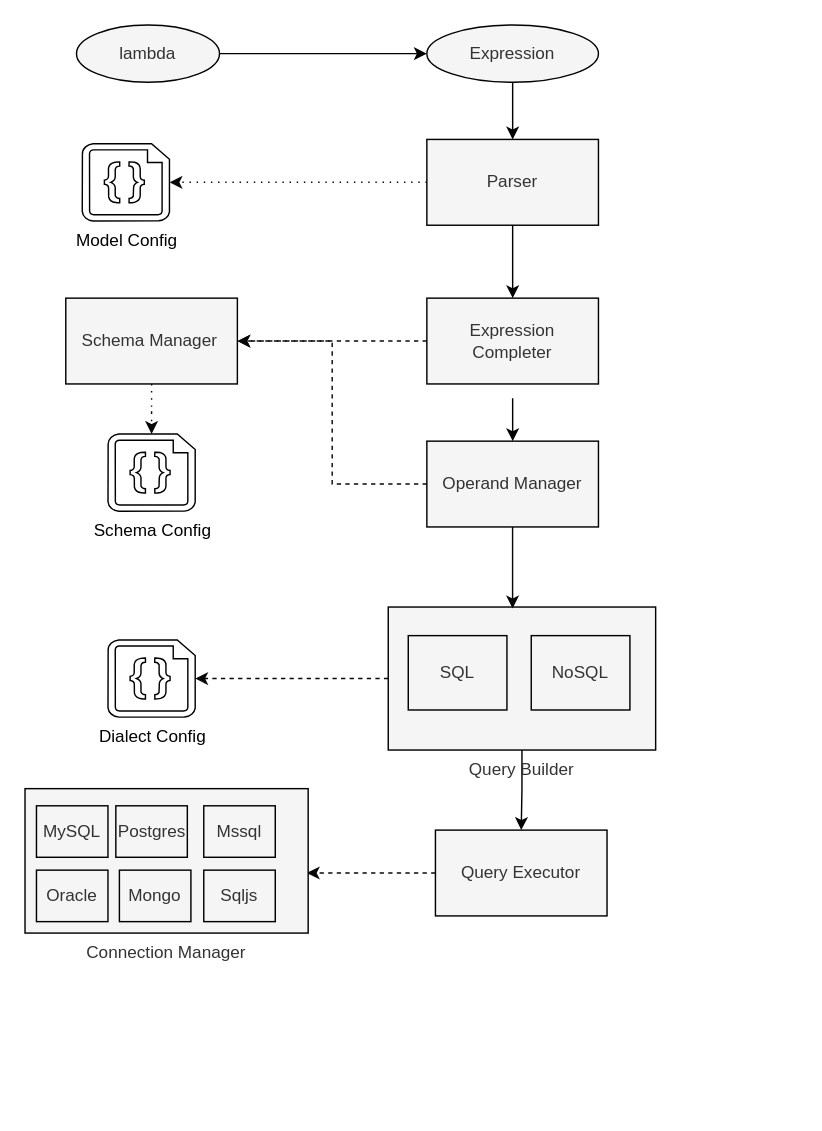
Earlier version of the draw.io diagram design/diagram.drawio (lambda-orm/lambdaorm). Source tidied: cells renumbered, new cells numbered last; positions are measured from the earlier drawing's top-left corner, leaving out a move shared by most shapes. Both pictures are drawn from the tidied source at 143%, with x=0, y=0 at pixel (24, 24).
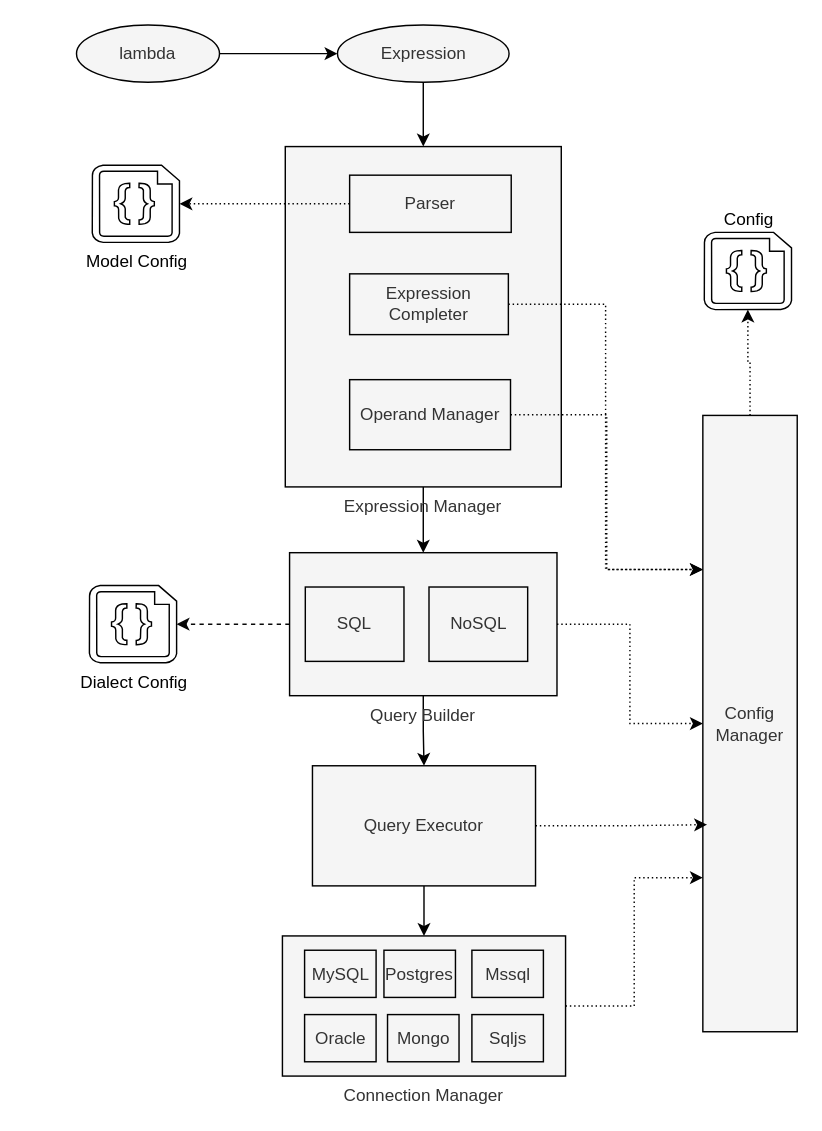
The same diagram, later.

Diff of the diagram source:
```diff
@@
+    <mxCell id="34" style="edgeStyle=orthogonalEdgeStyle;rounded=0;jettySize=auto;html=1;entryX=0;entryY=0.5;entryDx=0;entryDy=0;dashed=1;dashPattern=1 2;strokeColor=#000000;" parent="1" edge="1" source="4" target="12">
+      <mxGeometry relative="1" as="geometry" />
+    </mxCell>
     <mxCell id="4" value="Query Builder" style="rounded=0;whiteSpace=wrap;html=1;labelBackgroundColor=none;sketch=0;shadow=0;fillColor=#f5f5f5;fontColor=#333333;strokeColor=#000000;labelPosition=center;verticalLabelPosition=bottom;align=center;verticalAlign=top;" parent="1" vertex="1">
-      <mxGeometry x="254" y="407" width="187" height="100" as="geometry" />
+      <mxGeometry x="185" y="369" width="187" height="100" as="geometry" />
     </mxCell>
-    <mxCell id="5" style="edgeStyle=orthogonalEdgeStyle;rounded=0;jettySize=auto;html=1;exitX=0.5;exitY=1;exitDx=0;exitDy=0;entryX=0.5;entryY=0;entryDx=0;entryDy=0;fontColor=#000000;labelBackgroundColor=none;sketch=0;fillColor=#f5f5f5;strokeColor=#000000;" parent="1" edge="1" source="7" target="15">
-      <mxGeometry relative="1" as="geometry" />
-    </mxCell>
-    <mxCell id="6" style="edgeStyle=orthogonalEdgeStyle;rounded=0;jettySize=auto;html=1;entryX=1;entryY=0.5;entryDx=0;entryDy=0;entryPerimeter=0;dashed=1;dashPattern=1 4;fontColor=#000000;strokeColor=#080808;" parent="1" edge="1" source="7" target="24">
-      <mxGeometry relative="1" as="geometry" />
-    </mxCell>
-    <mxCell id="7" value="Parser" style="rounded=0;whiteSpace=wrap;html=1;labelBackgroundColor=none;sketch=0;fillColor=#f5f5f5;fontColor=#333333;strokeColor=#000000;" parent="1" vertex="1">
-      <mxGeometry x="281" y="80" width="120" height="60" as="geometry" />
-    </mxCell>
-    <mxCell id="8" style="edgeStyle=orthogonalEdgeStyle;rounded=0;jettySize=auto;html=1;entryX=0.465;entryY=0.01;entryDx=0;entryDy=0;entryPerimeter=0;fontColor=#000000;strokeColor=#080808;" parent="1" edge="1" source="10" target="4">
-      <mxGeometry relative="1" as="geometry" />
-    </mxCell>
-    <mxCell id="9" style="edgeStyle=orthogonalEdgeStyle;rounded=0;jettySize=auto;html=1;entryX=1;entryY=0.5;entryDx=0;entryDy=0;fontColor=#000000;strokeColor=#080808;dashed=1;" parent="1" edge="1" source="10" target="12">
-      <mxGeometry relative="1" as="geometry" />
-    </mxCell>
-    <mxCell id="10" value="Operand Manager" style="rounded=0;whiteSpace=wrap;html=1;labelBackgroundColor=none;sketch=0;fillColor=#f5f5f5;fontColor=#333333;strokeColor=#000000;" parent="1" vertex="1">
-      <mxGeometry x="281" y="291" width="120" height="60" as="geometry" />
-    </mxCell>
-    <mxCell id="11" style="edgeStyle=orthogonalEdgeStyle;rounded=0;jettySize=auto;html=1;entryX=0.5;entryY=0;entryDx=0;entryDy=0;entryPerimeter=0;fontColor=#000000;strokeColor=#080808;dashed=1;dashPattern=1 4;" parent="1" edge="1" source="12" target="26">
+    <mxCell id="11" style="edgeStyle=orthogonalEdgeStyle;rounded=0;jettySize=auto;html=1;exitX=0.5;exitY=0;exitDx=0;exitDy=0;entryX=0.5;entryY=1;entryDx=0;entryDy=0;entryPerimeter=0;strokeColor=#000000;dashed=1;dashPattern=1 2;" parent="1" edge="1" source="12" target="26">
       <mxGeometry relative="1" as="geometry" />
     </mxCell>
-    <mxCell id="12" value="Schema Manager&amp;nbsp;" style="rounded=0;whiteSpace=wrap;html=1;labelBackgroundColor=none;sketch=0;fillColor=#f5f5f5;fontColor=#333333;strokeColor=#000000;" parent="1" vertex="1">
-      <mxGeometry x="28.5" y="191" width="120" height="60" as="geometry" />
+    <mxCell id="12" value="Config Manager" style="rounded=0;whiteSpace=wrap;html=1;labelBackgroundColor=none;sketch=0;fillColor=#f5f5f5;fontColor=#333333;strokeColor=#000000;labelPosition=center;verticalLabelPosition=middle;align=center;verticalAlign=middle;" parent="1" vertex="1">
+      <mxGeometry x="474" y="273" width="66" height="431" as="geometry" />
     </mxCell>
-    <mxCell id="13" style="edgeStyle=orthogonalEdgeStyle;rounded=0;jettySize=auto;html=1;exitX=0.5;exitY=1;exitDx=0;exitDy=0;entryX=0.5;entryY=0;entryDx=0;entryDy=0;fontColor=#000000;labelBackgroundColor=none;sketch=0;fillColor=#f5f5f5;strokeColor=#000000;" parent="1" edge="1" target="10">
-      <mxGeometry relative="1" as="geometry">
-        <mxPoint x="341" y="261" as="sourcePoint" />
-      </mxGeometry>
-    </mxCell>
-    <mxCell id="14" style="edgeStyle=orthogonalEdgeStyle;rounded=0;jettySize=auto;html=1;entryX=1;entryY=0.5;entryDx=0;entryDy=0;fontColor=#000000;strokeColor=#080808;dashed=1;" parent="1" edge="1" source="15" target="12">
-      <mxGeometry relative="1" as="geometry" />
-    </mxCell>
-    <mxCell id="15" value="Expression Completer" style="rounded=0;whiteSpace=wrap;html=1;strokeWidth=1;labelBackgroundColor=none;sketch=0;fillColor=#f5f5f5;fontColor=#333333;strokeColor=#000000;" parent="1" vertex="1">
-      <mxGeometry x="281" y="191" width="120" height="60" as="geometry" />
-    </mxCell>
-    <mxCell id="16" style="edgeStyle=orthogonalEdgeStyle;rounded=0;jettySize=auto;html=1;entryX=0.995;entryY=0.584;entryDx=0;entryDy=0;entryPerimeter=0;dashed=1;fontColor=#000000;strokeColor=#080808;" parent="1" edge="1" source="17" target="27">
+    <mxCell id="16" style="edgeStyle=orthogonalEdgeStyle;rounded=0;jettySize=auto;html=1;exitX=0.5;exitY=1;exitDx=0;exitDy=0;entryX=0.5;entryY=0;entryDx=0;entryDy=0;strokeColor=#000000;" parent="1" edge="1" source="17" target="27">
       <mxGeometry relative="1" as="geometry" />
     </mxCell>
+    <mxCell id="35" style="edgeStyle=orthogonalEdgeStyle;rounded=0;jettySize=auto;html=1;entryX=0.045;entryY=0.664;entryDx=0;entryDy=0;entryPerimeter=0;dashed=1;dashPattern=1 2;strokeColor=#000000;" parent="1" edge="1" source="17" target="12">
+      <mxGeometry relative="1" as="geometry" />
+    </mxCell>
     <mxCell id="17" value="Query Executor" style="rounded=0;whiteSpace=wrap;html=1;labelBackgroundColor=none;sketch=0;shadow=0;fillColor=#f5f5f5;fontColor=#333333;strokeColor=#000000;" parent="1" vertex="1">
-      <mxGeometry x="287" y="563" width="120" height="60" as="geometry" />
+      <mxGeometry x="201" y="518" width="156" height="84" as="geometry" />
     </mxCell>
-    <mxCell id="18" style="edgeStyle=orthogonalEdgeStyle;rounded=0;jettySize=auto;html=1;entryX=0.5;entryY=0;entryDx=0;entryDy=0;fontColor=#000000;labelBackgroundColor=none;sketch=0;fillColor=#f5f5f5;strokeColor=#000000;" parent="1" edge="1" source="19" target="7">
+    <mxCell id="18" style="edgeStyle=orthogonalEdgeStyle;rounded=0;jettySize=auto;html=1;entryX=0.5;entryY=0;entryDx=0;entryDy=0;fontColor=#000000;labelBackgroundColor=none;sketch=0;fillColor=#f5f5f5;strokeColor=#000000;" parent="1" edge="1" source="19" target="38">
       <mxGeometry relative="1" as="geometry" />
     </mxCell>
     <mxCell id="19" value="Expression" style="ellipse;whiteSpace=wrap;html=1;labelBackgroundColor=none;sketch=0;fillColor=#f5f5f5;fontColor=#333333;strokeColor=#000000;" parent="1" vertex="1">
-      <mxGeometry x="281" width="120" height="40" as="geometry" />
+      <mxGeometry x="218.5" width="120" height="40" as="geometry" />
     </mxCell>
@@
     <mxCell id="22" value="SQL" style="rounded=0;whiteSpace=wrap;html=1;labelBackgroundColor=none;sketch=0;shadow=0;fillColor=#f5f5f5;fontColor=#333333;strokeColor=#000000;labelPosition=center;verticalLabelPosition=middle;align=center;verticalAlign=middle;" parent="1" vertex="1">
-      <mxGeometry x="268" y="427" width="69" height="52" as="geometry" />
+      <mxGeometry x="196" y="393" width="69" height="52" as="geometry" />
     </mxCell>
     <mxCell id="23" value="NoSQL" style="rounded=0;whiteSpace=wrap;html=1;labelBackgroundColor=none;sketch=0;shadow=0;fillColor=#f5f5f5;fontColor=#333333;strokeColor=#000000;labelPosition=center;verticalLabelPosition=middle;align=center;verticalAlign=middle;" parent="1" vertex="1">
-      <mxGeometry x="354" y="427" width="69" height="52" as="geometry" />
+      <mxGeometry x="282.5" y="393" width="69" height="52" as="geometry" />
     </mxCell>
     <mxCell id="24" value="Model Config" style="verticalLabelPosition=bottom;html=1;verticalAlign=top;align=center;shape=mxgraph.azure.code_file;fontColor=#000000;strokeWidth=1;" parent="1" vertex="1">
-      <mxGeometry x="40" y="83" width="61" height="54" as="geometry" />
+      <mxGeometry x="47" y="98" width="61" height="54" as="geometry" />
     </mxCell>
     <mxCell id="25" value="Dialect Config" style="verticalLabelPosition=bottom;html=1;verticalAlign=top;align=center;shape=mxgraph.azure.code_file;fontColor=#000000;strokeWidth=1;" parent="1" vertex="1">
-      <mxGeometry x="58" y="430" width="61" height="54" as="geometry" />
+      <mxGeometry x="45" y="392" width="61" height="54" as="geometry" />
     </mxCell>
-    <mxCell id="26" value="Schema Config" style="verticalLabelPosition=bottom;html=1;verticalAlign=top;align=center;shape=mxgraph.azure.code_file;fontColor=#000000;strokeWidth=1;" parent="1" vertex="1">
-      <mxGeometry x="58" y="286" width="61" height="54" as="geometry" />
+    <mxCell id="26" value="Config" style="verticalLabelPosition=top;html=1;verticalAlign=bottom;align=center;shape=mxgraph.azure.code_file;fontColor=#000000;strokeWidth=1;labelPosition=center;" parent="1" vertex="1">
+      <mxGeometry x="475" y="145" width="61" height="54" as="geometry" />
     </mxCell>
+    <mxCell id="36" style="edgeStyle=orthogonalEdgeStyle;rounded=0;jettySize=auto;html=1;entryX=0;entryY=0.75;entryDx=0;entryDy=0;dashed=1;dashPattern=1 2;strokeColor=#000000;" parent="1" edge="1" source="27" target="12">
+      <mxGeometry relative="1" as="geometry" />
+    </mxCell>
     <mxCell id="27" value="Connection Manager" style="rounded=0;whiteSpace=wrap;html=1;labelBackgroundColor=none;sketch=0;shadow=0;fillColor=#f5f5f5;fontColor=#333333;strokeColor=#000000;labelPosition=center;verticalLabelPosition=bottom;align=center;verticalAlign=top;" parent="1" vertex="1">
-      <mxGeometry y="534" width="198" height="101" as="geometry" />
+      <mxGeometry x="180" y="637" width="198" height="98" as="geometry" />
     </mxCell>
     <mxCell id="28" value="MySQL" style="rounded=0;whiteSpace=wrap;html=1;labelBackgroundColor=none;sketch=0;shadow=0;fillColor=#f5f5f5;fontColor=#333333;strokeColor=#000000;labelPosition=center;verticalLabelPosition=middle;align=center;verticalAlign=middle;" parent="1" vertex="1">
-      <mxGeometry x="8" y="546" width="50" height="36" as="geometry" />
+      <mxGeometry x="195.5" y="647" width="50" height="33" as="geometry" />
     </mxCell>
     <mxCell id="29" value="Postgres" style="rounded=0;whiteSpace=wrap;html=1;labelBackgroundColor=none;sketch=0;shadow=0;fillColor=#f5f5f5;fontColor=#333333;strokeColor=#000000;labelPosition=center;verticalLabelPosition=middle;align=center;verticalAlign=middle;" parent="1" vertex="1">
-      <mxGeometry x="63.5" y="546" width="50" height="36" as="geometry" />
+      <mxGeometry x="251" y="647" width="50" height="33" as="geometry" />
     </mxCell>
     <mxCell id="30" value="Mssql" style="rounded=0;whiteSpace=wrap;html=1;labelBackgroundColor=none;sketch=0;shadow=0;fillColor=#f5f5f5;fontColor=#333333;strokeColor=#000000;labelPosition=center;verticalLabelPosition=middle;align=center;verticalAlign=middle;" parent="1" vertex="1">
-      <mxGeometry x="125" y="546" width="50" height="36" as="geometry" />
+      <mxGeometry x="312.5" y="647" width="50" height="33" as="geometry" />
     </mxCell>
     <mxCell id="31" value="Oracle" style="rounded=0;whiteSpace=wrap;html=1;labelBackgroundColor=none;sketch=0;shadow=0;fillColor=#f5f5f5;fontColor=#333333;strokeColor=#000000;labelPosition=center;verticalLabelPosition=middle;align=center;verticalAlign=middle;" parent="1" vertex="1">
-      <mxGeometry x="8" y="591" width="50" height="36" as="geometry" />
+      <mxGeometry x="195.5" y="692" width="50" height="33" as="geometry" />
     </mxCell>
     <mxCell id="32" value="Mongo" style="rounded=0;whiteSpace=wrap;html=1;labelBackgroundColor=none;sketch=0;shadow=0;fillColor=#f5f5f5;fontColor=#333333;strokeColor=#000000;labelPosition=center;verticalLabelPosition=middle;align=center;verticalAlign=middle;" parent="1" vertex="1">
-      <mxGeometry x="66" y="591" width="50" height="36" as="geometry" />
+      <mxGeometry x="253.5" y="692" width="50" height="33" as="geometry" />
     </mxCell>
     <mxCell id="33" value="Sqljs" style="rounded=0;whiteSpace=wrap;html=1;labelBackgroundColor=none;sketch=0;shadow=0;fillColor=#f5f5f5;fontColor=#333333;strokeColor=#000000;labelPosition=center;verticalLabelPosition=middle;align=center;verticalAlign=middle;" parent="1" vertex="1">
-      <mxGeometry x="125" y="591" width="50" height="36" as="geometry" />
+      <mxGeometry x="312.5" y="692" width="50" height="33" as="geometry" />
     </mxCell>
+    <mxCell id="37" style="edgeStyle=orthogonalEdgeStyle;rounded=0;jettySize=auto;html=1;entryX=0.5;entryY=0;entryDx=0;entryDy=0;strokeColor=#000000;" parent="1" edge="1" source="38" target="4">
+      <mxGeometry relative="1" as="geometry" />
+    </mxCell>
+    <mxCell id="38" value="Expression Manager" style="rounded=0;whiteSpace=wrap;html=1;labelBackgroundColor=none;sketch=0;fillColor=#f5f5f5;fontColor=#333333;strokeColor=#000000;labelPosition=center;verticalLabelPosition=bottom;align=center;verticalAlign=top;" parent="1" vertex="1">
+      <mxGeometry x="182" y="85" width="193" height="238" as="geometry" />
+    </mxCell>
+    <mxCell id="6" style="edgeStyle=orthogonalEdgeStyle;rounded=0;jettySize=auto;html=1;entryX=1;entryY=0.5;entryDx=0;entryDy=0;entryPerimeter=0;strokeColor=#000000;dashed=1;dashPattern=1 2;" parent="1" edge="1" source="7" target="24">
+      <mxGeometry relative="1" as="geometry" />
+    </mxCell>
+    <mxCell id="7" value="Parser" style="rounded=0;whiteSpace=wrap;html=1;labelBackgroundColor=none;sketch=0;fillColor=#f5f5f5;fontColor=#333333;strokeColor=#000000;" parent="1" vertex="1">
+      <mxGeometry x="227" y="105" width="113" height="40" as="geometry" />
+    </mxCell>
+    <mxCell id="14" style="edgeStyle=orthogonalEdgeStyle;rounded=0;jettySize=auto;html=1;entryX=0;entryY=0.25;entryDx=0;entryDy=0;dashed=1;dashPattern=1 2;strokeColor=#000000;" parent="1" edge="1" source="15" target="12">
+      <mxGeometry relative="1" as="geometry" />
+    </mxCell>
+    <mxCell id="15" value="Expression Completer" style="rounded=0;whiteSpace=wrap;html=1;strokeWidth=1;labelBackgroundColor=none;sketch=0;fillColor=#f5f5f5;fontColor=#333333;strokeColor=#000000;" parent="1" vertex="1">
+      <mxGeometry x="227" y="174" width="111" height="42.5" as="geometry" />
+    </mxCell>
+    <mxCell id="9" style="edgeStyle=orthogonalEdgeStyle;rounded=0;jettySize=auto;html=1;entryX=0;entryY=0.25;entryDx=0;entryDy=0;dashed=1;dashPattern=1 2;strokeColor=#000000;" parent="1" edge="1" source="10" target="12">
+      <mxGeometry relative="1" as="geometry" />
+    </mxCell>
+    <mxCell id="10" value="Operand Manager" style="rounded=0;whiteSpace=wrap;html=1;labelBackgroundColor=none;sketch=0;fillColor=#f5f5f5;fontColor=#333333;strokeColor=#000000;" parent="1" vertex="1">
+      <mxGeometry x="227" y="248" width="112.5" height="49" as="geometry" />
+    </mxCell>
```
